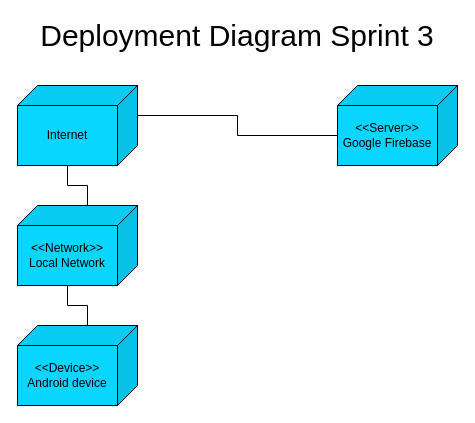
Earlier version of the draw.io diagram Diagrams/Deployment_Diagram.drawio (Makizoro/Overclock). Source tidied: cells renumbered, new cells numbered last; positions are measured from the earlier drawing's top-left corner, leaving out a move shared by most shapes. Both pictures are drawn from the tidied source at 100%, with x=0, y=0 at pixel (17, 25).
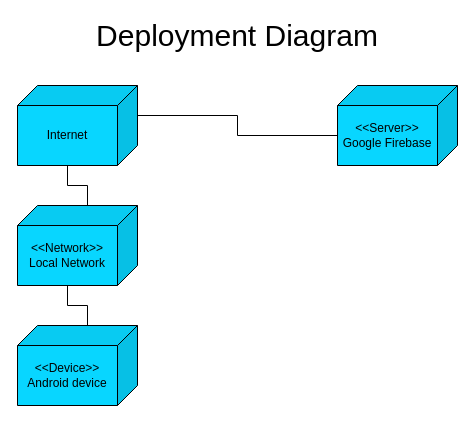
After the change.

The edit, as a diff of the source:
```diff
@@
 <mxGraphModel>
   <root>
     <mxCell id="0" />
     <mxCell id="1" parent="0" />
     <mxCell id="2" style="edgeStyle=orthogonalEdgeStyle;rounded=0;jettySize=auto;html=1;exitX=0;exitY=0;exitDx=50;exitDy=0;exitPerimeter=0;entryX=0;entryY=0;entryDx=70;entryDy=80;entryPerimeter=0;endArrow=none;endFill=0;" parent="1" edge="1" source="3" target="5">
       <mxGeometry relative="1" as="geometry" />
     </mxCell>
     <mxCell id="3" value="&amp;lt;&amp;lt;Device&amp;gt;&amp;gt;&lt;br&gt;Android device" style="shape=cube;whiteSpace=wrap;html=1;boundedLbl=1;backgroundOutline=1;darkOpacity=0.05;darkOpacity2=0.1;flipH=1;fillColor=#08D6FF;" parent="1" vertex="1">
       <mxGeometry y="300" width="120" height="80" as="geometry" />
     </mxCell>
     <mxCell id="4" style="edgeStyle=orthogonalEdgeStyle;rounded=0;jettySize=auto;html=1;exitX=0;exitY=0;exitDx=50;exitDy=0;exitPerimeter=0;entryX=0;entryY=0;entryDx=70;entryDy=80;entryPerimeter=0;endArrow=none;endFill=0;" parent="1" edge="1" source="5" target="7">
       <mxGeometry relative="1" as="geometry" />
     </mxCell>
     <mxCell id="5" value="&amp;lt;&amp;lt;Network&amp;gt;&amp;gt;&lt;br&gt;Local Network" style="shape=cube;whiteSpace=wrap;html=1;boundedLbl=1;backgroundOutline=1;darkOpacity=0.05;darkOpacity2=0.1;flipH=1;fillColor=#08D6FF;" parent="1" vertex="1">
       <mxGeometry y="180" width="120" height="80" as="geometry" />
     </mxCell>
     <mxCell id="6" style="edgeStyle=orthogonalEdgeStyle;rounded=0;jettySize=auto;html=1;exitX=0;exitY=0;exitDx=0;exitDy=30;exitPerimeter=0;entryX=0;entryY=0;entryDx=120;entryDy=50;entryPerimeter=0;endArrow=none;endFill=0;" parent="1" edge="1" source="7" target="8">
       <mxGeometry relative="1" as="geometry" />
     </mxCell>
     <mxCell id="7" value="Internet" style="shape=cube;whiteSpace=wrap;html=1;boundedLbl=1;backgroundOutline=1;darkOpacity=0.05;darkOpacity2=0.1;flipH=1;fillColor=#08D6FF;" parent="1" vertex="1">
       <mxGeometry y="60" width="120" height="80" as="geometry" />
     </mxCell>
     <mxCell id="8" value="&amp;lt;&amp;lt;Server&amp;gt;&amp;gt;&lt;br&gt;Google Firebase" style="shape=cube;whiteSpace=wrap;html=1;boundedLbl=1;backgroundOutline=1;darkOpacity=0.05;darkOpacity2=0.1;flipH=1;fillColor=#08D6FF;" parent="1" vertex="1">
       <mxGeometry x="320" y="60" width="120" height="80" as="geometry" />
     </mxCell>
-    <mxCell id="9" value="Deployment Diagram Sprint 3" style="text;html=1;strokeColor=none;fillColor=none;align=center;verticalAlign=middle;whiteSpace=wrap;rounded=0;fontSize=30;" parent="1" vertex="1">
+    <mxCell id="9" value="Deployment Diagram" style="text;html=1;strokeColor=none;fillColor=none;align=center;verticalAlign=middle;whiteSpace=wrap;rounded=0;fontSize=30;" parent="1" vertex="1">
       <mxGeometry width="440" height="20" as="geometry" />
     </mxCell>
   </root>
 </mxGraphModel>
```
